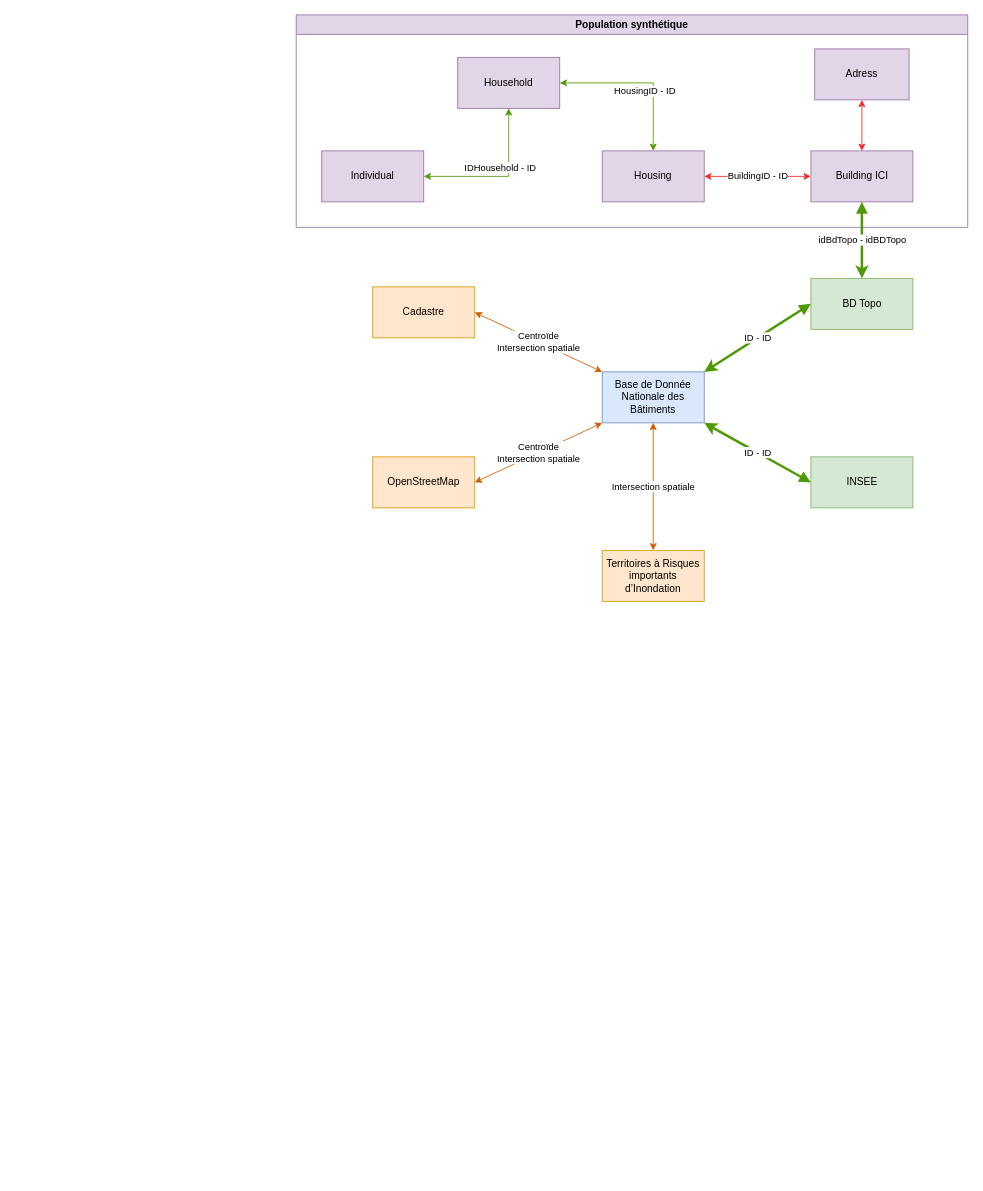
This is liens_entre_bases.drawio from EnzoVenon/Gemini_numeriques, a draw.io file, before an edit. Source tidied: cells renumbered, new cells numbered last; positions are measured from the earlier drawing's top-left corner, leaving out a move shared by most shapes. Both pictures are drawn from the tidied source at 85%, with x=0, y=0 at pixel (296, 14).
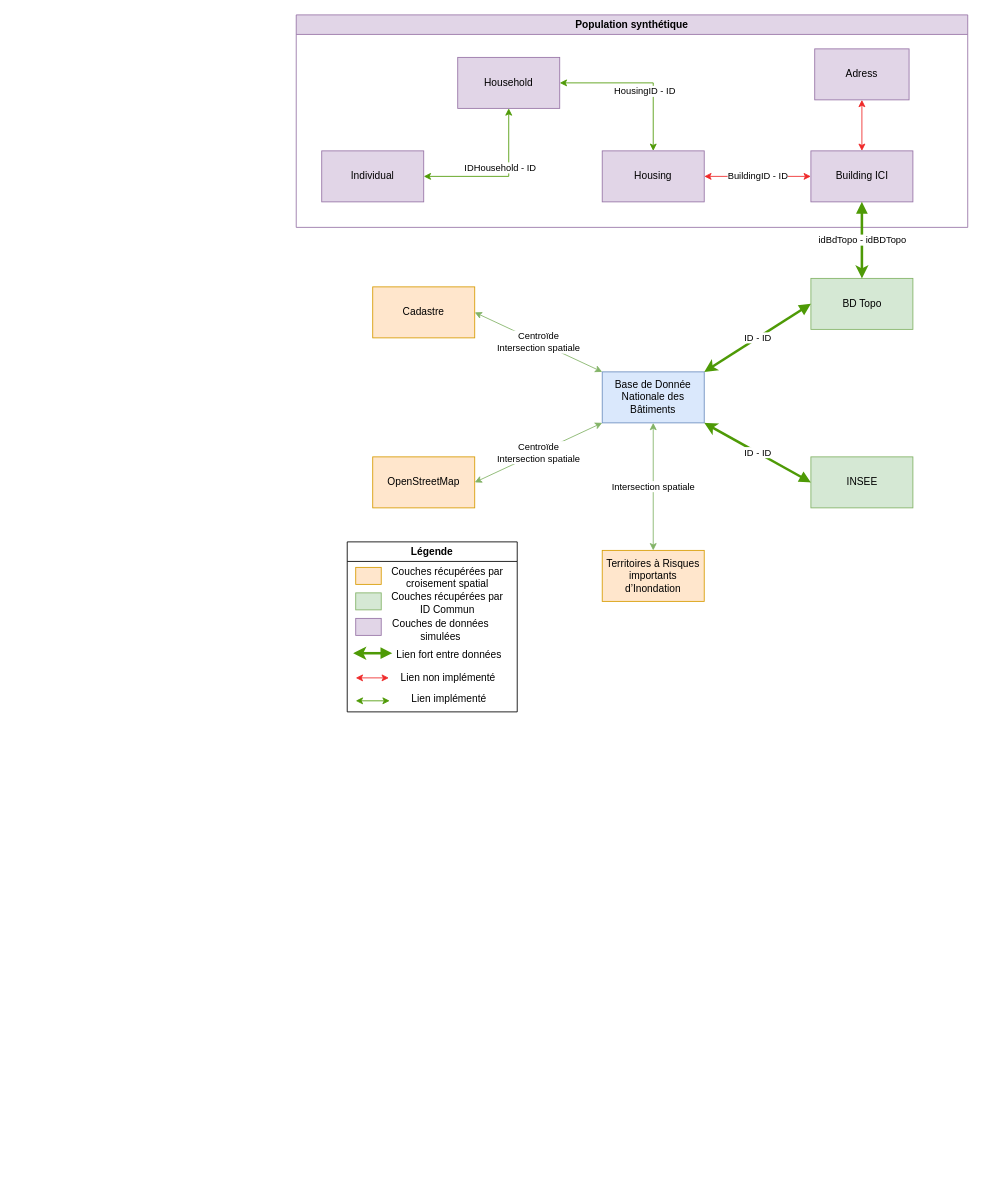
The same diagram, later.

The change refers to these unchanged cells:
```xml
<mxCell id="2" value="Base de Donnée Nationale des Bâtiments" style="rounded=0;whiteSpace=wrap;html=1;fillColor=#dae8fc;strokeColor=#6c8ebf;" parent="1" vertex="1">
  <mxGeometry x="360" y="420" width="120" height="60" as="geometry" />
</mxCell>
<mxCell id="4" value="&lt;div&gt;Cadastre&lt;/div&gt;" style="rounded=0;whiteSpace=wrap;html=1;fillColor=#ffe6cc;strokeColor=#d79b00;" parent="1" vertex="1">
  <mxGeometry x="90" y="320" width="120" height="60" as="geometry" />
</mxCell>
<mxCell id="5" value="OpenStreetMap" style="rounded=0;whiteSpace=wrap;html=1;fillColor=#ffe6cc;strokeColor=#d79b00;" parent="1" vertex="1">
  <mxGeometry x="90" y="520" width="120" height="60" as="geometry" />
</mxCell>
<mxCell id="7" value="Territoires à Risques importants d’Inondation" style="rounded=0;whiteSpace=wrap;html=1;fillColor=#ffe6cc;strokeColor=#d79b00;" parent="1" vertex="1">
  <mxGeometry x="360" y="630" width="120" height="60" as="geometry" />
</mxCell>
```

Diff of the diagram source:
```diff
@@
-    <mxCell id="8" value="&lt;div&gt;Centroïde &lt;br&gt;&lt;/div&gt;&lt;div&gt;Intersection spatiale&lt;br&gt;&lt;/div&gt;" style="endArrow=classic;html=1;rounded=0;exitX=1;exitY=0.5;exitDx=0;exitDy=0;entryX=0;entryY=0;entryDx=0;entryDy=0;strokeColor=#ce5c00;endFill=1;startArrow=classic;startFill=1;" parent="1" edge="1" source="4" target="2">
+    <mxCell id="8" value="&lt;div&gt;Centroïde &lt;br&gt;&lt;/div&gt;&lt;div&gt;Intersection spatiale&lt;br&gt;&lt;/div&gt;" style="endArrow=classic;html=1;rounded=0;exitX=1;exitY=0.5;exitDx=0;exitDy=0;entryX=0;entryY=0;entryDx=0;entryDy=0;strokeColor=#82b366;endFill=1;startArrow=classic;startFill=1;fillColor=#d5e8d4;" parent="1" edge="1" source="4" target="2">
       <mxGeometry relative="1" as="geometry" />
     </mxCell>
@@
-    <mxCell id="10" value="Intersection spatiale" style="endArrow=classic;html=1;rounded=0;exitX=0.5;exitY=0;exitDx=0;exitDy=0;entryX=0.5;entryY=1;entryDx=0;entryDy=0;strokeColor=#ce5c00;endFill=1;startArrow=classic;startFill=1;" parent="1" edge="1" source="7" target="2">
+    <mxCell id="10" value="Intersection spatiale" style="endArrow=classic;html=1;rounded=0;exitX=0.5;exitY=0;exitDx=0;exitDy=0;entryX=0.5;entryY=1;entryDx=0;entryDy=0;strokeColor=#82b366;endFill=1;startArrow=classic;startFill=1;fillColor=#d5e8d4;" parent="1" edge="1" source="7" target="2">
       <mxGeometry relative="1" as="geometry" />
     </mxCell>
-    <mxCell id="11" value="&lt;div&gt;Centroïde&lt;/div&gt;&lt;div&gt;Intersection spatiale&lt;br&gt;&lt;/div&gt;" style="endArrow=classic;html=1;rounded=0;exitX=1;exitY=0.5;exitDx=0;exitDy=0;entryX=0;entryY=1;entryDx=0;entryDy=0;strokeColor=#ce5c00;endFill=1;startArrow=classic;startFill=1;" parent="1" edge="1" source="5" target="2">
+    <mxCell id="11" value="&lt;div&gt;Centroïde&lt;/div&gt;&lt;div&gt;Intersection spatiale&lt;br&gt;&lt;/div&gt;" style="endArrow=classic;html=1;rounded=0;exitX=1;exitY=0.5;exitDx=0;exitDy=0;entryX=0;entryY=1;entryDx=0;entryDy=0;strokeColor=#82b366;endFill=1;startArrow=classic;startFill=1;fillColor=#d5e8d4;" parent="1" edge="1" source="5" target="2">
       <mxGeometry relative="1" as="geometry" />
     </mxCell>
@@
+    <mxCell id="24" value="Légende" style="swimlane;whiteSpace=wrap;html=1;" parent="1" vertex="1">
+      <mxGeometry x="60" y="620" width="200" height="200" as="geometry" />
+    </mxCell>
+    <mxCell id="25" style="rounded=0;whiteSpace=wrap;html=1;fillColor=#ffe6cc;strokeColor=#d79b00;" parent="24" vertex="1">
+      <mxGeometry x="10" y="30" width="30" height="20" as="geometry" />
+    </mxCell>
+    <mxCell id="26" value="Couches récupérées par croisement spatial" style="text;html=1;strokeColor=none;fillColor=none;align=center;verticalAlign=middle;whiteSpace=wrap;rounded=0;" parent="24" vertex="1">
+      <mxGeometry x="48" y="27" width="140" height="30" as="geometry" />
+    </mxCell>
+    <mxCell id="27" style="rounded=0;whiteSpace=wrap;html=1;fillColor=#d5e8d4;strokeColor=#82b366;" parent="24" vertex="1">
+      <mxGeometry x="10" y="60" width="30" height="20" as="geometry" />
+    </mxCell>
+    <mxCell id="28" value="Couches récupérées par ID Commun" style="text;html=1;strokeColor=none;fillColor=none;align=center;verticalAlign=middle;whiteSpace=wrap;rounded=0;" parent="24" vertex="1">
+      <mxGeometry x="48" y="57" width="140" height="30" as="geometry" />
+    </mxCell>
+    <mxCell id="29" style="rounded=0;whiteSpace=wrap;html=1;fillColor=#e1d5e7;strokeColor=#9673a6;" parent="24" vertex="1">
+      <mxGeometry x="10" y="90" width="30" height="20" as="geometry" />
+    </mxCell>
+    <mxCell id="30" value="Couches de données simulées" style="text;html=1;strokeColor=none;fillColor=none;align=center;verticalAlign=middle;whiteSpace=wrap;rounded=0;" parent="24" vertex="1">
+      <mxGeometry x="40" y="89" width="140" height="30" as="geometry" />
+    </mxCell>
+    <mxCell id="31" style="endArrow=classic;html=1;rounded=0;entryX=1;entryY=0;entryDx=0;entryDy=0;strokeColor=#4e9a06;strokeWidth=3;endFill=1;startArrow=block;" parent="24" edge="1">
+      <mxGeometry relative="1" as="geometry">
+        <mxPoint x="53" y="131" as="sourcePoint" />
+        <mxPoint x="7" y="131" as="targetPoint" />
+      </mxGeometry>
+    </mxCell>
+    <mxCell id="32" value="Lien fort entre données" style="text;html=1;strokeColor=none;fillColor=none;align=center;verticalAlign=middle;whiteSpace=wrap;rounded=0;" parent="24" vertex="1">
+      <mxGeometry x="50" y="118" width="140" height="30" as="geometry" />
+    </mxCell>
+    <mxCell id="33" value="&amp;nbsp;" style="edgeStyle=orthogonalEdgeStyle;rounded=0;jettySize=auto;html=1;exitX=1;exitY=0.5;exitDx=0;exitDy=0;strokeColor=#ef2929;endArrow=classic;endFill=1;startArrow=classic;startFill=1;entryX=0;entryY=0.5;entryDx=0;entryDy=0;" parent="24" edge="1" target="34">
+      <mxGeometry x="-1" y="-705" relative="1" as="geometry">
+        <mxPoint x="10" y="160" as="sourcePoint" />
+        <mxPoint x="-400" y="-125" as="offset" />
+      </mxGeometry>
+    </mxCell>
+    <mxCell id="34" value="Lien non implémenté" style="text;html=1;strokeColor=none;fillColor=none;align=center;verticalAlign=middle;whiteSpace=wrap;rounded=0;" parent="24" vertex="1">
+      <mxGeometry x="49" y="145" width="140" height="30" as="geometry" />
+    </mxCell>
+    <mxCell id="35" style="endArrow=classic;startArrow=classic;html=1;rounded=0;strokeColor=#4e9a06;" parent="24" edge="1">
+      <mxGeometry relative="1" as="geometry">
+        <mxPoint x="10" y="187" as="sourcePoint" />
+        <mxPoint x="50" y="187" as="targetPoint" />
+      </mxGeometry>
+    </mxCell>
+    <mxCell id="36" value="Lien implémenté" style="text;html=1;strokeColor=none;fillColor=none;align=center;verticalAlign=middle;whiteSpace=wrap;rounded=0;" parent="24" vertex="1">
+      <mxGeometry x="50" y="170" width="140" height="30" as="geometry" />
+    </mxCell>
```
